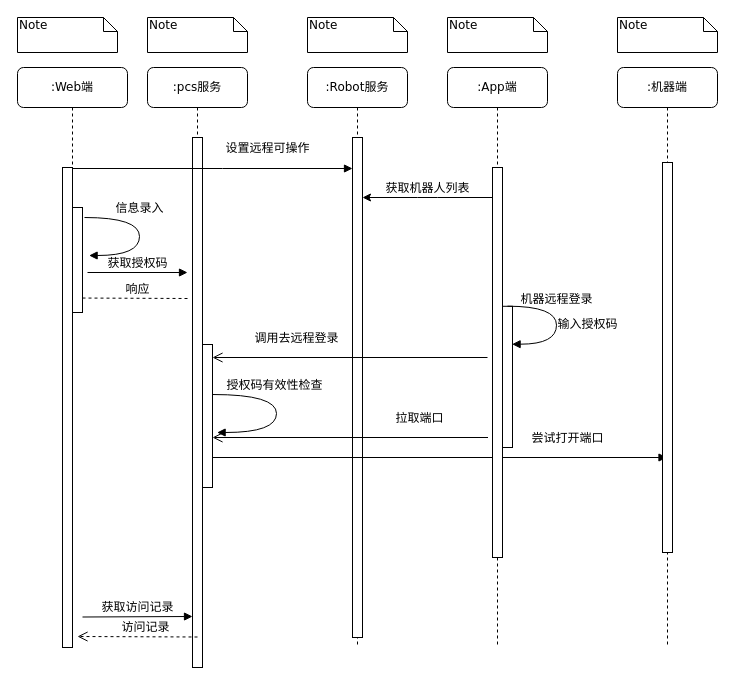
This is craft/remote_ssh_flow.drawio from feihu618/drawio, a draw.io file, before an edit. Source tidied: cells renumbered, new cells numbered last; positions are measured from the earlier drawing's top-left corner, leaving out a move shared by most shapes. Both pictures are drawn from the tidied source at 100%, with x=0, y=0 at pixel (17, 17).
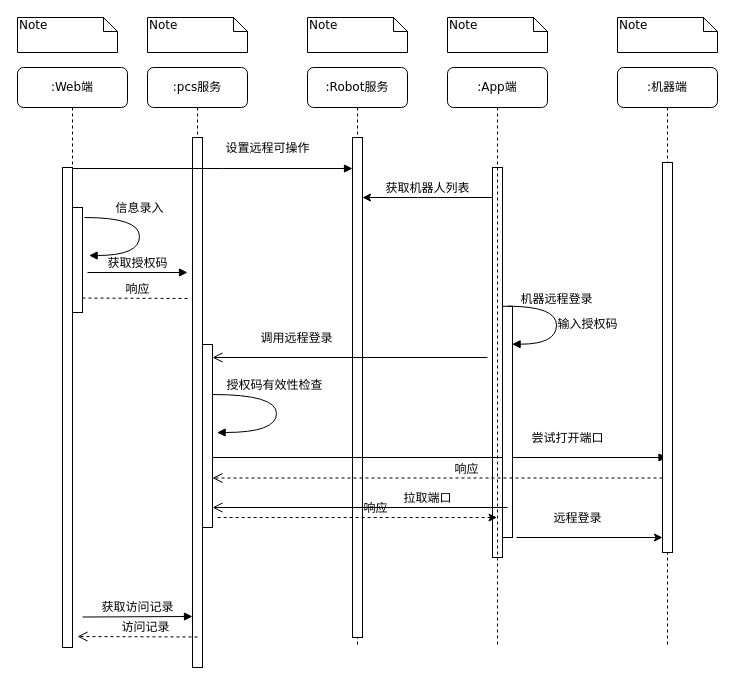
The same page after the edit.

Unchanged cells that the change refers to:
```xml
<mxCell id="2" value=":pcs服务" style="shape=umlLifeline;perimeter=lifelinePerimeter;whiteSpace=wrap;html=1;rounded=1;shadow=0;comic=0;labelBackgroundColor=none;strokeWidth=1;fontFamily=Verdana;fontSize=12;align=center;" parent="1" vertex="1">
  <mxGeometry x="130" y="50" width="100" height="600" as="geometry" />
</mxCell>
<mxCell id="9" value=":App端" style="shape=umlLifeline;perimeter=lifelinePerimeter;whiteSpace=wrap;html=1;outlineConnect=0;rounded=1;shadow=0;comic=0;labelBackgroundColor=none;strokeWidth=1;fontFamily=Verdana;fontSize=12;align=center;" parent="1" vertex="1">
  <mxGeometry x="430" y="50" width="100" height="580" as="geometry" />
</mxCell>
```

Diff of the diagram source:
```diff
@@
+    <mxCell id="17" style="html=1;perimeter=orthogonalPerimeter;rounded=0;shadow=0;comic=0;labelBackgroundColor=none;strokeWidth=1;fontFamily=Verdana;fontSize=12;align=center;" parent="1" vertex="1">
+      <mxGeometry x="475" y="150" width="10" height="390" as="geometry" />
+    </mxCell>
@@
     <mxCell id="5" style="html=1;points=[];perimeter=orthogonalPerimeter;rounded=0;shadow=0;comic=0;labelBackgroundColor=none;strokeWidth=1;fontFamily=Verdana;fontSize=12;align=center;" parent="2" vertex="1">
-      <mxGeometry x="55" y="277" width="10" height="143" as="geometry" />
+      <mxGeometry x="55" y="277" width="10" height="183" as="geometry" />
     </mxCell>
@@
     <mxCell id="10" style="html=1;points=[];perimeter=orthogonalPerimeter;rounded=0;shadow=0;comic=0;labelBackgroundColor=none;strokeWidth=1;fontFamily=Verdana;fontSize=12;align=center;" parent="9" vertex="1">
-      <mxGeometry x="55" y="238.8" width="10" height="141.2" as="geometry" />
+      <mxGeometry x="55" y="238.8" width="10" height="231.2" as="geometry" />
     </mxCell>
@@
-    <mxCell id="12" value="拉取端口" style="html=1;verticalAlign=bottom;endArrow=open;endSize=8;labelBackgroundColor=none;fontFamily=Verdana;fontSize=12;" parent="9" edge="1" target="5">
-      <mxGeometry x="-0.49" y="-10" relative="1" as="geometry">
-        <mxPoint x="40.5" y="370" as="sourcePoint" />
-        <mxPoint x="1" as="offset" />
+    <mxCell id="12" value="拉取端口" style="html=1;verticalAlign=bottom;endArrow=open;endSize=8;labelBackgroundColor=none;fontFamily=Verdana;fontSize=12;" parent="9" edge="1">
+      <mxGeometry x="-0.46" relative="1" as="geometry">
+        <mxPoint x="60" y="440" as="sourcePoint" />
+        <mxPoint x="-235" y="440" as="targetPoint" />
       </mxGeometry>
     </mxCell>
@@
-    <mxCell id="17" style="html=1;perimeter=orthogonalPerimeter;rounded=0;shadow=0;comic=0;labelBackgroundColor=none;strokeWidth=1;fontFamily=Verdana;fontSize=12;align=center;" parent="1" vertex="1">
-      <mxGeometry x="475" y="150" width="10" height="390" as="geometry" />
-    </mxCell>
@@
-    <mxCell id="24" value="调用去远程登录" style="html=1;verticalAlign=bottom;endArrow=open;endSize=8;labelBackgroundColor=none;fontFamily=Verdana;fontSize=12;" parent="1" edge="1" target="5">
+    <mxCell id="24" value="调用远程登录" style="html=1;verticalAlign=bottom;endArrow=open;endSize=8;labelBackgroundColor=none;fontFamily=Verdana;fontSize=12;" parent="1" edge="1" target="5">
       <mxGeometry x="0.39" y="-10" relative="1" as="geometry">
         <mxPoint x="470" y="340" as="sourcePoint" />
       </mxGeometry>
     </mxCell>
@@
+    <mxCell id="34" value="响应" style="html=1;verticalAlign=bottom;endArrow=open;dashed=1;endSize=8;labelBackgroundColor=none;fontFamily=Verdana;fontSize=12;" parent="1" edge="1" target="5">
+      <mxGeometry x="-0.13" relative="1" as="geometry">
+        <mxPoint x="645" y="460.5" as="sourcePoint" />
+      </mxGeometry>
+    </mxCell>
+    <mxCell id="35" value="响应" style="html=1;verticalAlign=bottom;endArrow=none;dashed=1;endSize=8;labelBackgroundColor=none;fontFamily=Verdana;fontSize=12;startArrow=classic;startFill=1;endFill=0;" parent="1" edge="1" source="9">
+      <mxGeometry x="-0.13" relative="1" as="geometry">
+        <mxPoint x="200" y="500" as="targetPoint" />
+      </mxGeometry>
+    </mxCell>
+    <mxCell id="36" value="远程登录" style="html=1;verticalAlign=bottom;endArrow=none;endSize=8;labelBackgroundColor=none;fontFamily=Verdana;fontSize=12;entryX=1.4;entryY=1;entryDx=0;entryDy=0;entryPerimeter=0;startArrow=classic;startFill=1;endFill=0;" parent="1" edge="1" target="10">
+      <mxGeometry x="0.16" y="-10" relative="1" as="geometry">
+        <mxPoint x="645" y="520" as="sourcePoint" />
+      </mxGeometry>
+    </mxCell>
```
